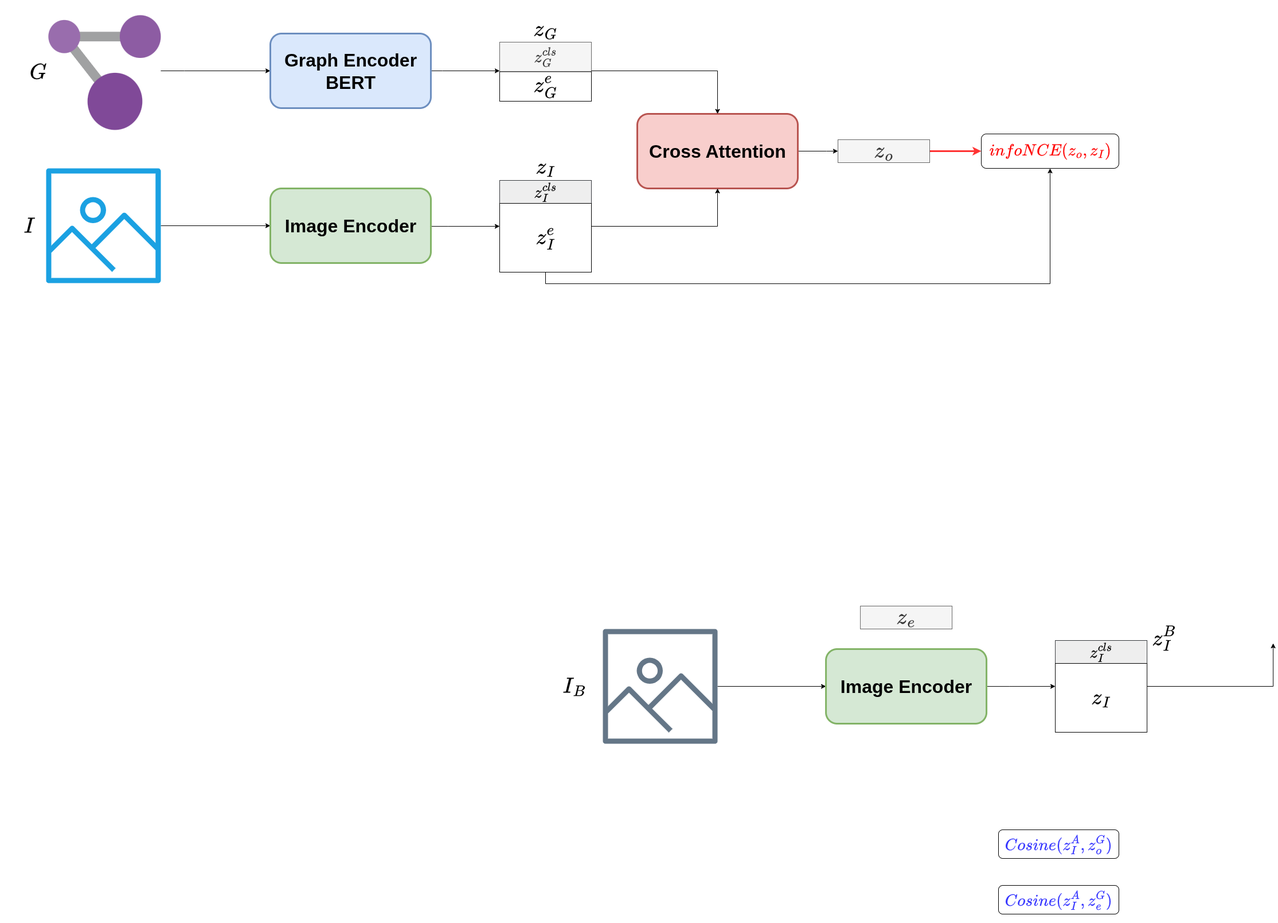
Before: Images/CrossEncoder/Proposed_Framework_v2.png, a diagram exported from draw.io (PDD0911-HCMUS/SG-Retrieval). Source tidied: cells renumbered, new cells last; positions are measured from the earlier drawing's top-left corner, leaving out a move shared by most shapes.
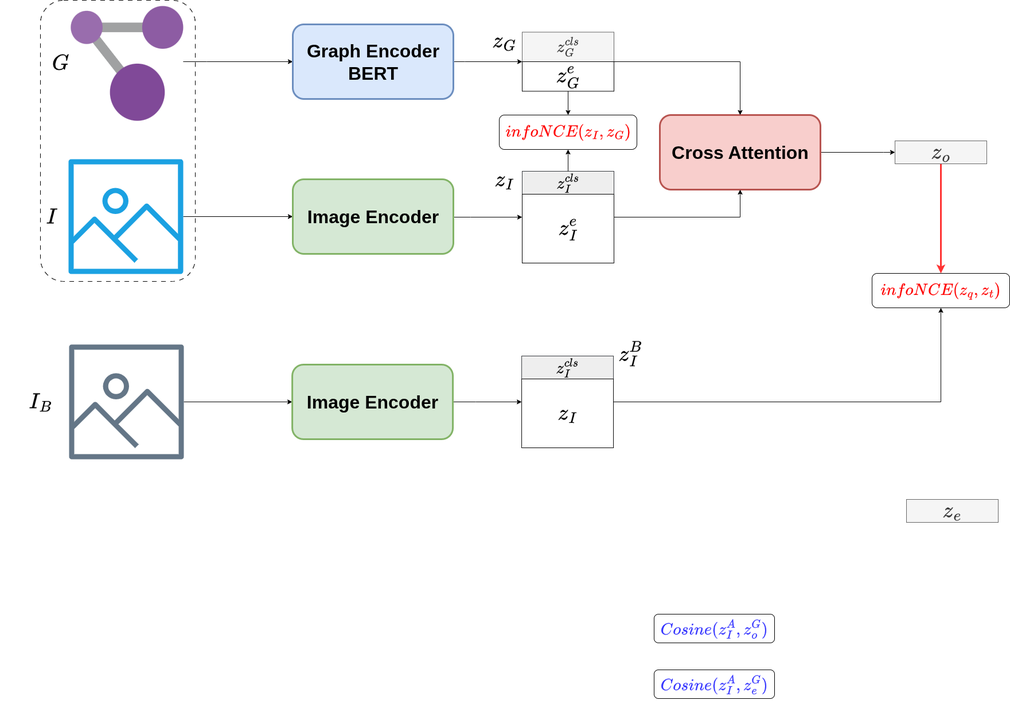
Later version of the same file.

Diff of the diagram source:
```diff
@@ -2,6 +2,9 @@
   <root>
     <mxCell id="0" />
     <mxCell id="1" parent="0" />
+    <mxCell id="41" style="rounded=1;whiteSpace=wrap;html=1;dashed=1;dashPattern=8 8;" parent="1" vertex="1">
+      <mxGeometry x="31" y="-10" width="270" height="490" as="geometry" />
+    </mxCell>
     <mxCell id="2" style="edgeStyle=orthogonalEdgeStyle;rounded=0;jettySize=auto;html=1;entryX=0;entryY=0.5;entryDx=0;entryDy=0;" parent="1" edge="1" source="3" target="21">
       <mxGeometry relative="1" as="geometry" />
     </mxCell>
@@ -12,7 +15,7 @@
       <mxGeometry relative="1" as="geometry" />
     </mxCell>
     <mxCell id="5" style="outlineConnect=0;fillColor=#647687;strokeColor=#314354;verticalLabelPosition=bottom;verticalAlign=top;align=center;html=1;fontSize=12;fontStyle=0;shape=mxgraph.aws4.container_registry_image;fontColor=#ffffff;fillStyle=auto;shadow=0;" parent="1" vertex="1">
-      <mxGeometry x="1051" y="1070" width="200" height="200" as="geometry" />
+      <mxGeometry x="81" y="590" width="200" height="200" as="geometry" />
     </mxCell>
     <mxCell id="6" style="edgeStyle=orthogonalEdgeStyle;rounded=0;jettySize=auto;html=1;entryX=0;entryY=0.5;entryDx=0;entryDy=0;" parent="1" edge="1" source="7" target="23">
       <mxGeometry relative="1" as="geometry">
@@ -32,31 +35,31 @@
       <mxGeometry x="-0.1" y="343" width="100" height="50" as="geometry" />
     </mxCell>
     <mxCell id="10" value="$$I_B$$" style="text;html=1;align=center;verticalAlign=middle;strokeColor=none;fillColor=none;fontSize=32;" parent="1" vertex="1">
-      <mxGeometry x="931" y="1145" width="140" height="50" as="geometry" />
+      <mxGeometry x="-39" y="665" width="140" height="50" as="geometry" />
     </mxCell>
     <mxCell id="11" style="edgeStyle=orthogonalEdgeStyle;rounded=0;jettySize=auto;html=1;entryX=0;entryY=0;entryDx=0;entryDy=0;" parent="1" edge="1" source="12">
       <mxGeometry relative="1" as="geometry">
-        <mxPoint x="1840.1" y="1170" as="targetPoint" />
+        <mxPoint x="870.1" y="690" as="targetPoint" />
         <Array as="points">
-          <mxPoint x="1760.1" y="1170" />
-          <mxPoint x="1760.1" y="1170" />
+          <mxPoint x="790.1" y="690" />
+          <mxPoint x="790.1" y="690" />
         </Array>
       </mxGeometry>
     </mxCell>
     <mxCell id="12" value="Image Encoder" style="rounded=1;whiteSpace=wrap;html=1;fontSize=32;fontStyle=1;fillColor=#d5e8d4;strokeColor=#82b366;strokeWidth=3;" parent="1" vertex="1">
-      <mxGeometry x="1440.1" y="1105" width="280" height="130" as="geometry" />
+      <mxGeometry x="470.1" y="625" width="280" height="130" as="geometry" />
     </mxCell>
-    <mxCell id="13" style="edgeStyle=orthogonalEdgeStyle;rounded=0;jettySize=auto;html=1;entryX=0;entryY=0.5;entryDx=0;entryDy=0;strokeColor=#FF3333;strokeWidth=3;" parent="1" edge="1" source="14" target="32">
+    <mxCell id="13" style="edgeStyle=orthogonalEdgeStyle;rounded=0;jettySize=auto;html=1;entryX=0.5;entryY=0;entryDx=0;entryDy=0;strokeColor=#FF3333;strokeWidth=3;" parent="1" edge="1" source="14" target="32">
       <mxGeometry relative="1" as="geometry" />
     </mxCell>
     <mxCell id="14" value="$$z_o$$" style="rounded=0;whiteSpace=wrap;html=1;fillColor=#f5f5f5;fontColor=#333333;strokeColor=#666666;fontSize=32;fontStyle=1;" parent="1" vertex="1">
-      <mxGeometry x="1461" y="217" width="160" height="40" as="geometry" />
+      <mxGeometry x="1521" y="235" width="160" height="40" as="geometry" />
     </mxCell>
     <mxCell id="15" value="$$z_e$$" style="rounded=0;whiteSpace=wrap;html=1;fillColor=#f5f5f5;fontColor=#333333;strokeColor=#666666;fontSize=32;fontStyle=1;" parent="1" vertex="1">
-      <mxGeometry x="1500.1" y="1030" width="160" height="40" as="geometry" />
+      <mxGeometry x="1541" y="860" width="160" height="40" as="geometry" />
     </mxCell>
     <mxCell id="16" style="group;fontSize=32;" parent="1" vertex="1">
-      <mxGeometry x="1840.1" y="1090" width="160" height="160" as="geometry" />
+      <mxGeometry x="870.1" y="610" width="160" height="160" as="geometry" />
     </mxCell>
     <mxCell id="17" value="$$z^{cls}_I$$" style="rounded=0;whiteSpace=wrap;html=1;fillColor=#eeeeee;strokeColor=#36393d;fontSize=24;" parent="16" vertex="1">
       <mxGeometry width="160" height="40" as="geometry" />
@@ -64,12 +67,11 @@
     <mxCell id="18" value="$$z_I$$" style="rounded=0;whiteSpace=wrap;html=1;fontSize=32;" parent="16" vertex="1">
       <mxGeometry y="40" width="160" height="120" as="geometry" />
     </mxCell>
-    <mxCell id="19" style="endArrow=classic;html=1;rounded=0;entryX=0.5;entryY=1;entryDx=0;entryDy=0;" parent="1" edge="1">
+    <mxCell id="19" style="endArrow=classic;html=1;rounded=0;entryX=0.5;entryY=1;entryDx=0;entryDy=0;" parent="1" edge="1" target="32">
       <mxGeometry relative="1" as="geometry">
-        <mxPoint x="2000.1" y="1170" as="sourcePoint" />
-        <mxPoint x="2220.1" y="1095" as="targetPoint" />
+        <mxPoint x="1030.1" y="690" as="sourcePoint" />
         <Array as="points">
-          <mxPoint x="2220.1" y="1170" />
+          <mxPoint x="1601" y="690" />
         </Array>
       </mxGeometry>
     </mxCell>
@@ -98,18 +100,18 @@
     </mxCell>
     <mxCell id="24" style="edgeStyle=orthogonalEdgeStyle;rounded=0;jettySize=auto;html=1;entryX=0;entryY=0;entryDx=0;entryDy=0;" parent="1" edge="1" source="25">
       <mxGeometry relative="1" as="geometry">
-        <mxPoint x="1461" y="237" as="targetPoint" />
+        <mxPoint x="1521" y="255" as="targetPoint" />
         <Array as="points">
-          <mxPoint x="1441" y="237" />
-          <mxPoint x="1441" y="237" />
+          <mxPoint x="1501" y="255" />
+          <mxPoint x="1501" y="255" />
         </Array>
       </mxGeometry>
     </mxCell>
     <mxCell id="25" value="Cross Attention" style="rounded=1;whiteSpace=wrap;html=1;fontSize=32;fontStyle=1;fillColor=#f8cecc;strokeColor=#b85450;strokeWidth=3;" parent="1" vertex="1">
-      <mxGeometry x="1111" y="172" width="280" height="130" as="geometry" />
+      <mxGeometry x="1111" y="190" width="280" height="130" as="geometry" />
     </mxCell>
     <mxCell id="26" style="group;" parent="1" vertex="1">
-      <mxGeometry x="871" y="47" width="160" height="103" as="geometry" />
+      <mxGeometry x="871" y="45.5" width="160" height="103" as="geometry" />
     </mxCell>
     <mxCell id="27" value="$$z^{cls}_G$$" style="rounded=0;whiteSpace=wrap;html=1;fillColor=#f5f5f5;fontColor=#333333;strokeColor=#666666;fontSize=24;" parent="26" vertex="1">
       <mxGeometry width="160" height="51.5" as="geometry" />
@@ -134,19 +136,19 @@
       </mxGeometry>
     </mxCell>
     <mxCell id="31" value="&lt;span style=&quot;color: rgb(51, 51, 255); font-size: 24px; text-wrap-mode: nowrap;&quot;&gt;$$Cosine(z^{A}_{I},z^{G}_{o})$$&lt;/span&gt;" style="rounded=1;whiteSpace=wrap;html=1;" parent="1" vertex="1">
-      <mxGeometry x="1741" y="1420" width="210" height="50" as="geometry" />
+      <mxGeometry x="1101" y="1060" width="210" height="50" as="geometry" />
     </mxCell>
-    <mxCell id="32" value="&lt;span style=&quot;color: rgb(255, 0, 0); font-size: 24px; text-wrap-mode: nowrap;&quot;&gt;$$infoNCE(z_o,z_{I})$$&lt;/span&gt;" style="rounded=1;whiteSpace=wrap;html=1;" parent="1" vertex="1">
-      <mxGeometry x="1711" y="207" width="240" height="60" as="geometry" />
+    <mxCell id="32" value="&lt;span style=&quot;color: rgb(255, 0, 0); font-size: 24px; text-wrap-mode: nowrap;&quot;&gt;$$infoNCE(z_q,z_{t})$$&lt;/span&gt;" style="rounded=1;whiteSpace=wrap;html=1;" parent="1" vertex="1">
+      <mxGeometry x="1481" y="466" width="240" height="60" as="geometry" />
     </mxCell>
     <mxCell id="33" value="&lt;span style=&quot;text-wrap-mode: nowrap;&quot;&gt;&lt;font style=&quot;color: rgb(0, 0, 0);&quot;&gt;$$z_{I}$$&lt;/font&gt;&lt;/span&gt;" style="text;html=1;align=center;verticalAlign=middle;whiteSpace=wrap;rounded=0;fontSize=32;" parent="1" vertex="1">
-      <mxGeometry x="921" y="250" width="60" height="30" as="geometry" />
+      <mxGeometry x="810.1" y="288" width="60" height="30" as="geometry" />
     </mxCell>
     <mxCell id="34" value="&lt;span style=&quot;text-wrap-mode: nowrap;&quot;&gt;&lt;font style=&quot;color: rgb(0, 0, 0);&quot;&gt;$$z_{G}$$&lt;/font&gt;&lt;/span&gt;" style="text;html=1;align=center;verticalAlign=middle;whiteSpace=wrap;rounded=0;fontSize=32;" parent="1" vertex="1">
-      <mxGeometry x="921" y="10" width="60" height="30" as="geometry" />
+      <mxGeometry x="810.1" y="45.5" width="60" height="30" as="geometry" />
     </mxCell>
     <mxCell id="35" value="&lt;span style=&quot;text-wrap-mode: nowrap;&quot;&gt;&lt;font style=&quot;color: rgb(0, 0, 0);&quot;&gt;$$z^{B}_{I}$$&lt;/font&gt;&lt;/span&gt;" style="text;html=1;align=center;verticalAlign=middle;whiteSpace=wrap;rounded=0;fontSize=32;" parent="1" vertex="1">
-      <mxGeometry x="2000.1" y="1070" width="60" height="30" as="geometry" />
+      <mxGeometry x="1030.1" y="590" width="60" height="30" as="geometry" />
     </mxCell>
     <mxCell id="36" style="group;" parent="1" vertex="1">
       <mxGeometry x="871" y="288" width="160" height="160" as="geometry" />
@@ -158,10 +160,16 @@
       <mxGeometry y="40" width="160" height="120" as="geometry" />
     </mxCell>
     <mxCell id="39" value="&lt;span style=&quot;color: rgb(51, 51, 255); font-size: 24px; text-wrap-mode: nowrap;&quot;&gt;$$Cosine(z^{A}_{I},z^{G}_{e})$$&lt;/span&gt;" style="rounded=1;whiteSpace=wrap;html=1;" parent="1" vertex="1">
-      <mxGeometry x="1741" y="1517" width="210" height="50" as="geometry" />
+      <mxGeometry x="1101" y="1157" width="210" height="50" as="geometry" />
     </mxCell>
-    <mxCell id="40" style="edgeStyle=orthogonalEdgeStyle;rounded=0;jettySize=auto;html=1;entryX=0.5;entryY=1;entryDx=0;entryDy=0;exitX=0.5;exitY=1;exitDx=0;exitDy=0;" parent="1" edge="1" source="38" target="32">
-      <mxGeometry relative="1" as="geometry" />
-    </mxCell>
+    <mxCell id="42" value="&lt;span style=&quot;color: rgb(255, 0, 0); font-size: 24px; text-wrap-mode: nowrap;&quot;&gt;$$infoNCE(z_I,z_{G})$$&lt;/span&gt;" style="rounded=1;whiteSpace=wrap;html=1;" parent="1" vertex="1">
+      <mxGeometry x="831" y="190" width="240" height="60" as="geometry" />
+    </mxCell>
+    <mxCell id="43" style="edgeStyle=orthogonalEdgeStyle;rounded=0;jettySize=auto;html=1;entryX=0.5;entryY=1;entryDx=0;entryDy=0;" parent="1" edge="1" source="37" target="42">
+      <mxGeometry relative="1" as="geometry" />
+    </mxCell>
+    <mxCell id="44" style="edgeStyle=orthogonalEdgeStyle;rounded=0;jettySize=auto;html=1;" parent="1" edge="1" source="28" target="42">
+      <mxGeometry relative="1" as="geometry" />
+    </mxCell>
   </root>
 </mxGraphModel>
```
